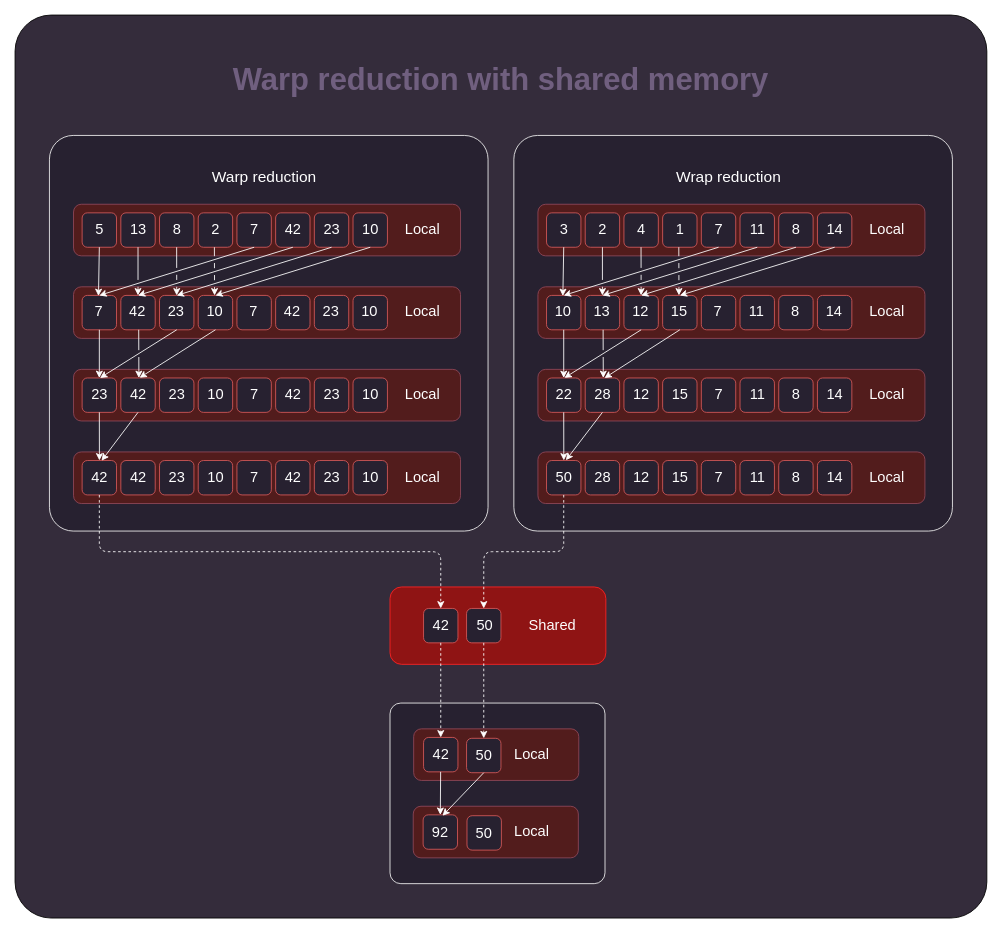
ROCm/rocm-systems keeps this draw.io diagram as projects/hip/docs/data/tutorial/reduction/warp_reduction_with_shared.drawio. Above is the earlier version. Source tidied: cells renumbered, new cells numbered last; positions are measured from the earlier drawing's top-left corner, leaving out a move shared by most shapes. Both pictures are drawn from the tidied source at 86%, with x=0, y=0 at pixel (15, 15).
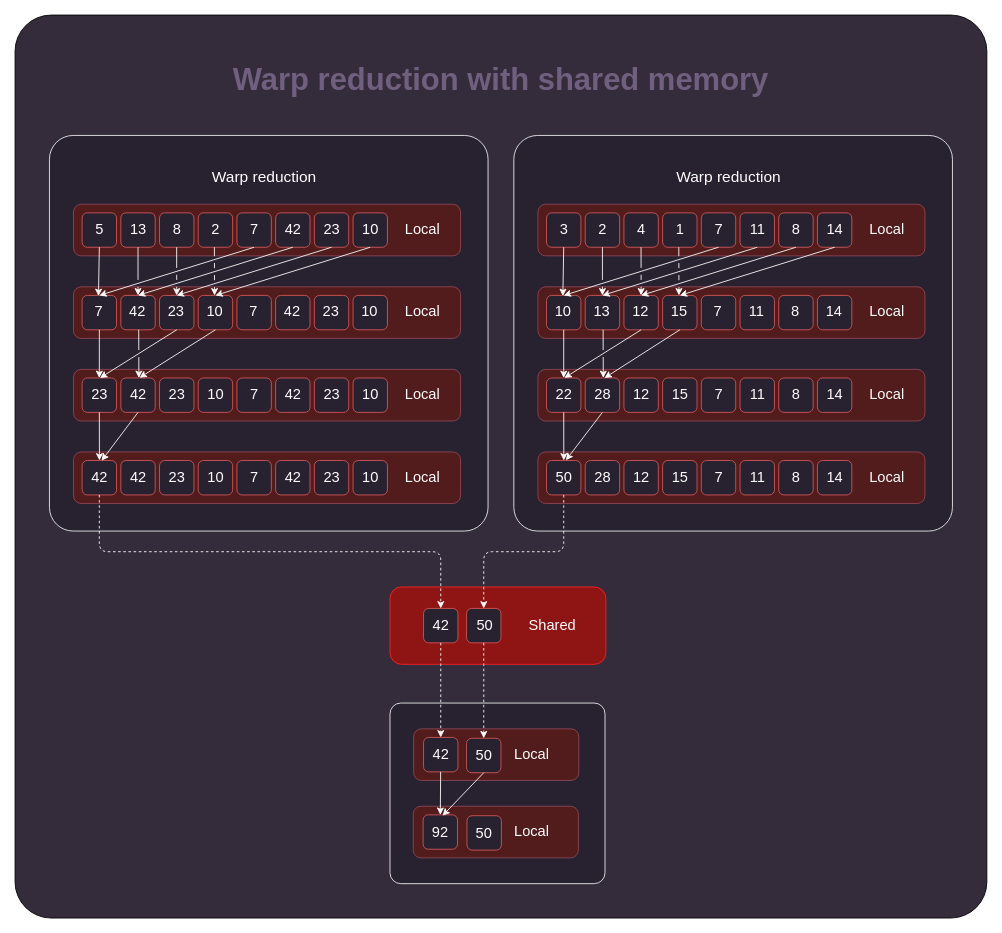
After the change.

The change refers to these unchanged cells:
```xml
<mxCell id="92" style="group;" parent="1" vertex="1">
  <mxGeometry x="580" y="140" width="510" height="460" as="geometry" />
</mxCell>
```

Diff of the diagram source:
```diff
@@
-    <mxCell id="94" value="&lt;font style=&quot;font-size: 18px; font-weight: normal; color: rgb(255, 255, 255);&quot;&gt;Wrap reduction&lt;/font&gt;" style="text;html=1;strokeColor=none;fillColor=none;align=center;verticalAlign=middle;whiteSpace=wrap;rounded=0;fontSize=25;fontColor=#705F7F;fontStyle=1;" parent="92" vertex="1">
+    <mxCell id="94" value="&lt;font style=&quot;font-size: 18px; font-weight: normal; color: rgb(255, 255, 255);&quot;&gt;Warp reduction&lt;/font&gt;" style="text;html=1;strokeColor=none;fillColor=none;align=center;verticalAlign=middle;whiteSpace=wrap;rounded=0;fontSize=25;fontColor=#705F7F;fontStyle=1;" parent="92" vertex="1">
       <mxGeometry x="60" y="30" width="380" height="30" as="geometry" />
     </mxCell>
```
